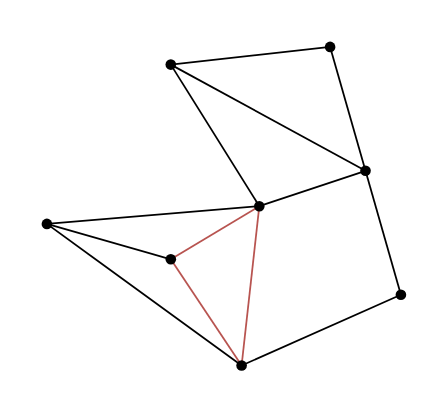
The draw.io diagram images/triangle_complex.drawio in NobutakaShimizu/karuizawa2025, before the edit. Source tidied: cells renumbered, new cells numbered last; positions are measured from the earlier drawing's top-left corner, leaving out a move shared by most shapes. Both pictures are drawn from the tidied source at 177%, with x=0, y=0 at pixel (28, 28).
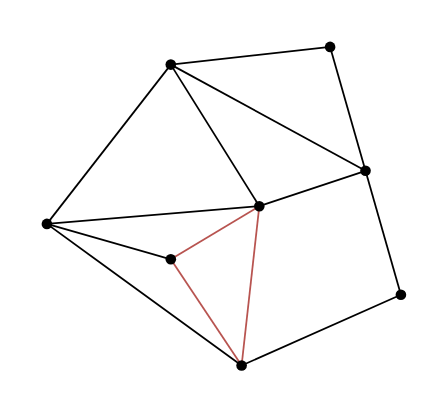
After the change.

Commit message (it also covers changes not shown here):
スライドのタイトルを更新し、Hokkaido University Matroid Seminarの情報を修正しました。また、図のレイアウトを調整し、新しいエッジを追加しました。SVGファイルの内容も更新しました。

Unchanged cells that the change refers to:
```xml
<mxCell id="5" style="shape=waypoint;sketch=0;size=6;points=[];fillColor=none;perimeter=centerPerimeter;snapToPoint=1;" parent="1" vertex="1">
  <mxGeometry x="70" y="10" width="20" height="20" as="geometry" />
</mxCell>
<mxCell id="7" style="shape=waypoint;sketch=0;size=6;points=[];fillColor=none;perimeter=centerPerimeter;snapToPoint=1;" parent="1" vertex="1">
  <mxGeometry y="100" width="20" height="20" as="geometry" />
</mxCell>
```

Change to the diagram source:
```diff
@@
+    <mxCell id="23" style="edgeStyle=none;html=1;entryX=0.4;entryY=0.2;entryDx=0;entryDy=0;entryPerimeter=0;endArrow=none;endFill=0;" parent="1" edge="1" source="5" target="7">
+      <mxGeometry relative="1" as="geometry" />
+    </mxCell>
```
